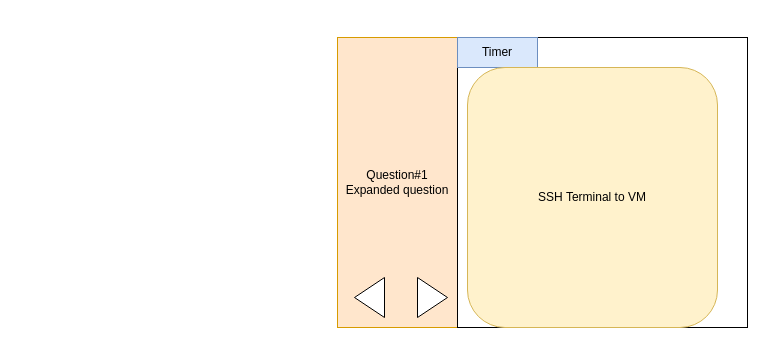
Earlier version of the draw.io diagram page "Page-1" (1 of 2) of Untitled Diagram.drawio (gonchigars/ckad-prep). Source tidied: cells renumbered, new cells numbered last; positions are measured from the earlier drawing's top-left corner, leaving out a move shared by most shapes. Both pictures are drawn from the tidied source at 100%, with x=0, y=0 at pixel (337, 37).
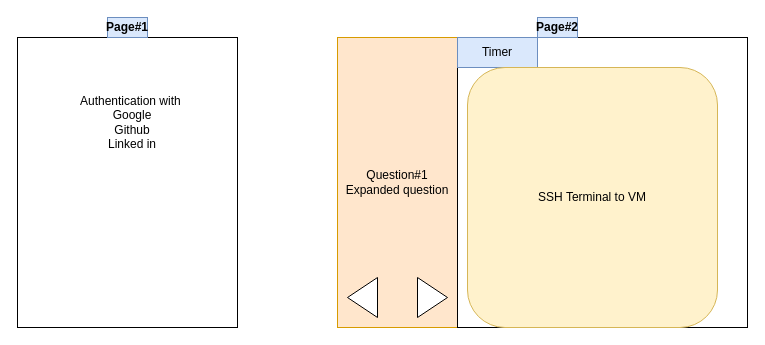
Above is the later version.

The edit, as a diff of the source:
```diff
@@
 <mxGraphModel>
   <root>
     <mxCell id="0" />
     <mxCell id="1" parent="0" />
     <mxCell id="2" value="Question#1&lt;br&gt;Expanded question" style="rounded=0;whiteSpace=wrap;html=1;fillColor=#ffe6cc;strokeColor=#d79b00;" parent="1" vertex="1">
       <mxGeometry width="120" height="290" as="geometry" />
     </mxCell>
     <mxCell id="3" style="whiteSpace=wrap;html=1;" parent="1" vertex="1">
       <mxGeometry x="120" width="290" height="290" as="geometry" />
     </mxCell>
     <mxCell id="4" style="triangle;whiteSpace=wrap;html=1;" parent="1" vertex="1">
       <mxGeometry x="80" y="240" width="30" height="40" as="geometry" />
     </mxCell>
     <mxCell id="5" style="triangle;whiteSpace=wrap;html=1;rotation=-180;" parent="1" vertex="1">
-      <mxGeometry x="17" y="240" width="30" height="40" as="geometry" />
+      <mxGeometry x="10" y="240" width="30" height="40" as="geometry" />
     </mxCell>
     <mxCell id="6" value="Timer" style="rounded=0;whiteSpace=wrap;html=1;fillColor=#dae8fc;strokeColor=#6c8ebf;" parent="1" vertex="1">
       <mxGeometry x="120" width="80" height="30" as="geometry" />
     </mxCell>
     <mxCell id="7" value="SSH Terminal to VM" style="rounded=1;whiteSpace=wrap;html=1;fillColor=#fff2cc;strokeColor=#d6b656;" parent="1" vertex="1">
       <mxGeometry x="130" y="30" width="250" height="260" as="geometry" />
     </mxCell>
+    <mxCell id="8" style="rounded=0;whiteSpace=wrap;html=1;" parent="1" vertex="1">
+      <mxGeometry x="-320" width="220" height="290" as="geometry" />
+    </mxCell>
+    <mxCell id="9" value="Authentication with&amp;nbsp;&lt;br&gt;Google&lt;br&gt;Github&lt;br&gt;Linked in" style="text;html=1;strokeColor=none;fillColor=none;align=center;verticalAlign=middle;whiteSpace=wrap;rounded=0;" parent="1" vertex="1">
+      <mxGeometry x="-260" y="40" width="110" height="90" as="geometry" />
+    </mxCell>
+    <mxCell id="10" value="Page#1" style="text;html=1;strokeColor=#6c8ebf;fillColor=#dae8fc;align=center;verticalAlign=middle;whiteSpace=wrap;rounded=0;fontStyle=1;" parent="1" vertex="1">
+      <mxGeometry x="-230" y="-20" width="40" height="20" as="geometry" />
+    </mxCell>
+    <mxCell id="11" value="Page#2" style="text;html=1;strokeColor=#6c8ebf;fillColor=#dae8fc;align=center;verticalAlign=middle;whiteSpace=wrap;rounded=0;fontStyle=1;" parent="1" vertex="1">
+      <mxGeometry x="200" y="-20" width="40" height="20" as="geometry" />
+    </mxCell>
   </root>
 </mxGraphModel>
```
